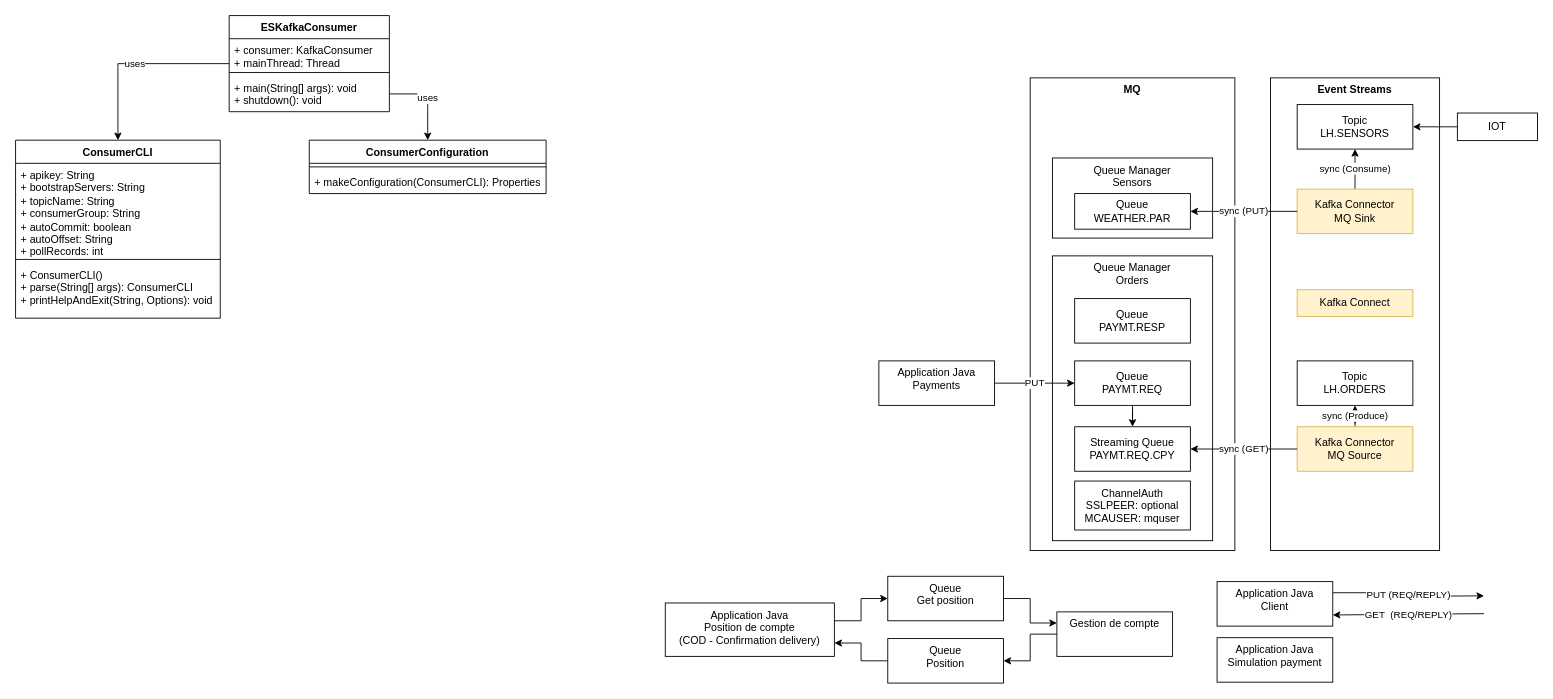
Above: page "ES" (11 of 13) of doc/design.drawio in ADesprets/cp4i-install (draw.io), before the change. Source tidied: cells renumbered, new cells numbered last; positions are measured from the earlier drawing's top-left corner, leaving out a move shared by most shapes. Both pictures are drawn from the tidied source at 89%, with x=0, y=0 at pixel (15, 15).
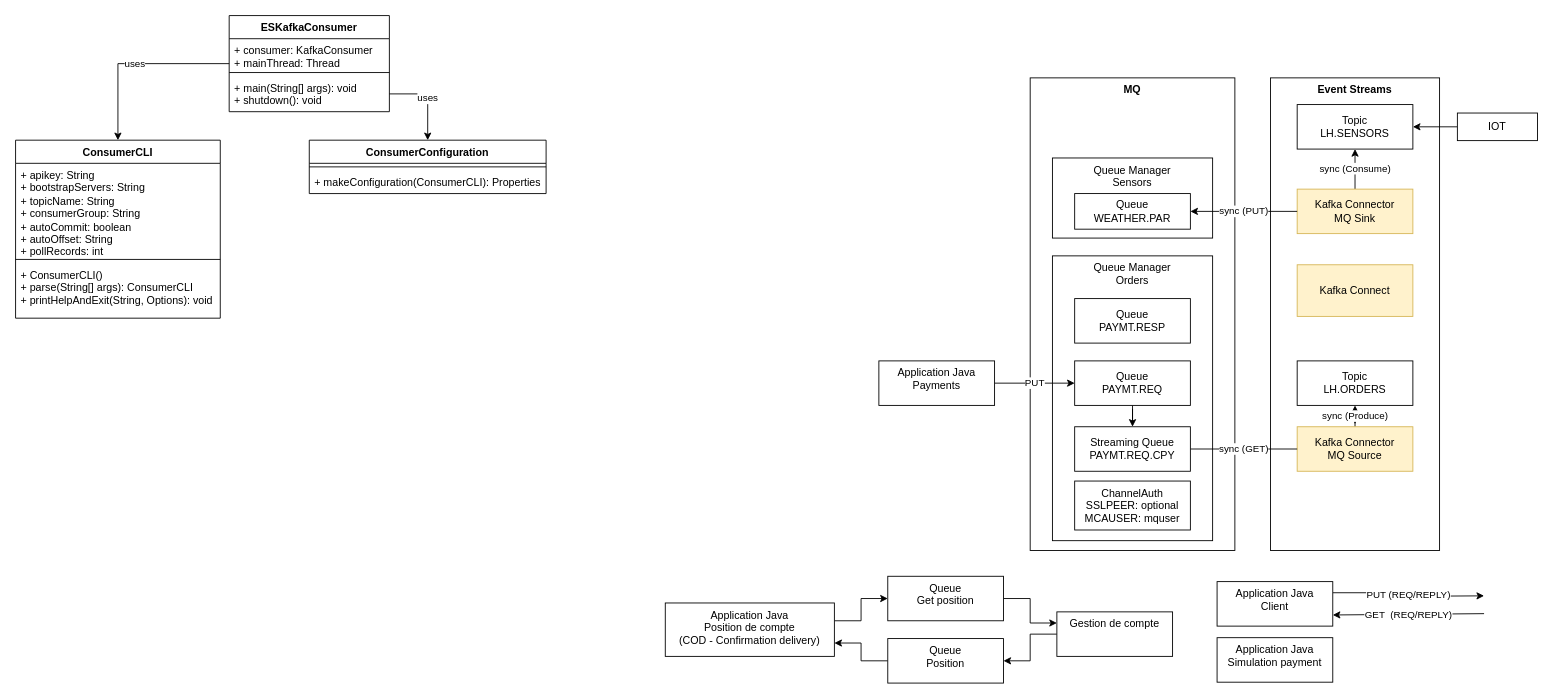
The same diagram, later.

The change refers to these unchanged cells:
```xml
<mxCell id="22" value="Kafka Connector&lt;div&gt;MQ Source&lt;/div&gt;" style="rounded=0;whiteSpace=wrap;html=1;verticalAlign=middle;fillColor=#fff2cc;strokeColor=#d6b656;" parent="1" vertex="1">
  <mxGeometry x="1440" y="462" width="130" height="50" as="geometry" />
</mxCell>
<mxCell id="43" value="Streaming Queue&lt;div&gt;PAYMT.REQ.CPY&lt;/div&gt;" style="rounded=0;whiteSpace=wrap;html=1;verticalAlign=middle;" parent="1" vertex="1">
  <mxGeometry x="1190" y="462" width="130" height="50" as="geometry" />
</mxCell>
```

The edit, as a diff of the source:
```diff
@@
-    <mxCell id="29" value="sync (GET)" style="edgeStyle=orthogonalEdgeStyle;rounded=0;jettySize=auto;html=1;" parent="1" edge="1" source="22" target="43">
+    <mxCell id="29" value="sync (GET)" style="edgeStyle=orthogonalEdgeStyle;rounded=0;jettySize=auto;html=1;endArrow=none;endFill=0;" parent="1" edge="1" source="22" target="43">
       <mxGeometry relative="1" as="geometry" />
     </mxCell>
@@
     <mxCell id="47" value="Kafka Connect" style="rounded=0;whiteSpace=wrap;html=1;verticalAlign=middle;fillColor=#fff2cc;strokeColor=#d6b656;" parent="1" vertex="1">
-      <mxGeometry x="1440" y="308" width="130" height="30" as="geometry" />
+      <mxGeometry x="1440" y="280" width="130" height="58" as="geometry" />
     </mxCell>
```
